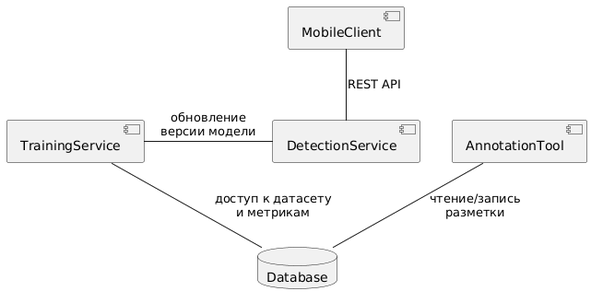
Earlier version of the PlantUML export docs/comp.png (timourka/diplom).
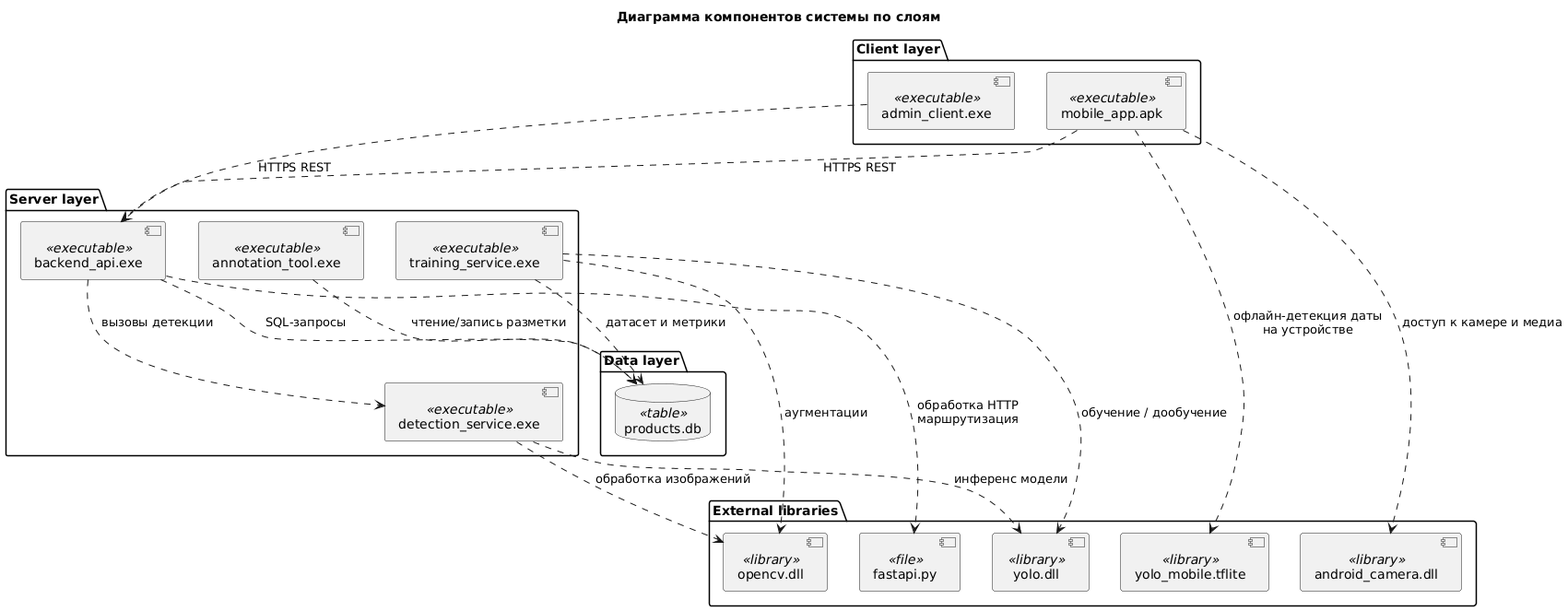
After the commit.

Diff of the diagram source:
```diff
@@ -1,13 +1,51 @@
 @startuml
-component "AnnotationTool" as AnnotationTool
-component "TrainingService" as TrainingService
-component "DetectionService" as DetectionService
-component "MobileClient" as MobileClient
-database "Database" as DB
+title Диаграмма компонентов системы по слоям
 
-MobileClient -down- DetectionService : REST API
+package "Client layer" {
 
-AnnotationTool -down- DB : чтение/запись\nразметки
-TrainingService -down- DB : доступ к датасету\nи метрикам
-TrainingService -right- DetectionService : обновление\nверсии модели
+  component "mobile_app.apk" <<executable>> as MobileClient
+  component "admin_client.exe" <<executable>> as AdminClient
+}
+
+package "Server layer" {
+
+  component "backend_api.exe" <<executable>> as BackendAPI
+  component "detection_service.exe" <<executable>> as DetectionService
+  component "training_service.exe" <<executable>> as TrainingService
+  component "annotation_tool.exe" <<executable>> as AnnotationTool
+}
+
+package "Data layer" {
+
+  database "products.db" <<table>> as DB
+}
+
+package "External libraries" {
+
+  component "yolo.dll" <<library>> as YOLO
+  component "yolo_mobile.tflite" <<library>> as YOLOMobile
+  component "opencv.dll" <<library>> as OpenCV
+  component "fastapi.py" <<file>> as WebFramework
+  component "android_camera.dll" <<library>> as MobileSDK
+}
+
+
+MobileClient ..> BackendAPI : HTTPS REST
+AdminClient  ..> BackendAPI : HTTPS REST
+
+BackendAPI  ..> DetectionService : вызовы детекции
+BackendAPI  ..> DB               : SQL-запросы
+BackendAPI  ..> WebFramework     : обработка HTTP\nмаршрутизация
+
+DetectionService ..> YOLO   : инференс модели
+DetectionService ..> OpenCV : обработка изображений
+
+TrainingService  ..> DB     : датасет и метрики
+TrainingService  ..> YOLO   : обучение / дообучение
+TrainingService  ..> OpenCV : аугментации
+
+AnnotationTool   ..> DB     : чтение/запись разметки
+
+MobileClient ..> MobileSDK   : доступ к камере и медиа
+MobileClient ..> YOLOMobile  : офлайн-детекция даты\nна устройстве
 @enduml
```
